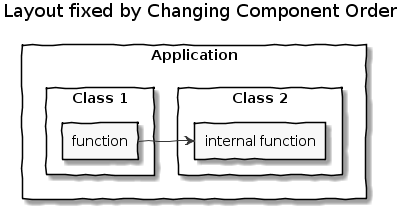
The PlantUML diagram Layout-Techniques/reversed_order.png in mattjhayes/PlantUML-Examples, before a commit. Its diagram source:
```plantuml
@startuml
skinparam monochrome true
skinparam handwritten true

title Layout fixed by Changing Component Order

rectangle "Application" {
    rectangle "Class 2" {
        rectangle "internal function" as fx1
    }
    rectangle "Class 1" {
        rectangle "function" as fx2
    }
}

fx1 <-left- fx2
@enduml
```
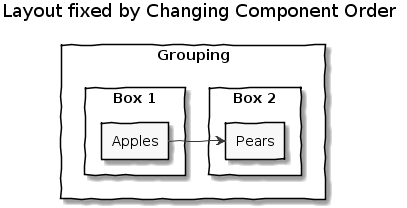
Later version of the same file.

Commit message:
Genericised and simplified diagram examples

The edit, as a diff of the source:
```diff
@@ -4,14 +4,14 @@
 
 title Layout fixed by Changing Component Order
 
-rectangle "Application" {
-    rectangle "Class 2" {
-        rectangle "internal function" as fx1
+rectangle "Grouping" {
+    rectangle "Box 2" {
+        rectangle "Pears"
     }
-    rectangle "Class 1" {
-        rectangle "function" as fx2
+    rectangle "Box 1" {
+        rectangle "Apples"
     }
 }
 
-fx1 <-left- fx2
+Apples -right-> Pears
 @enduml
```
